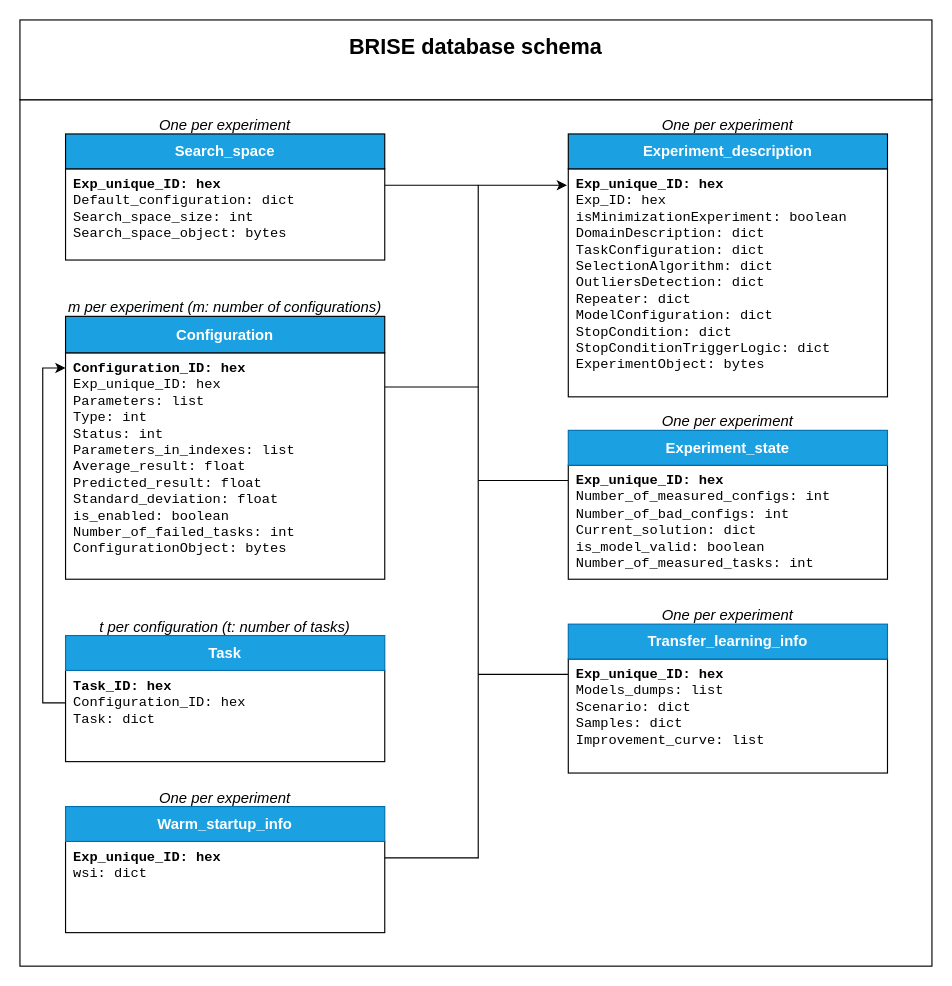
dpukhkaiev/BRISE2 keeps this draw.io diagram as mongo_db/img/BRISE_DB_schema.drawio. Above is the earlier version. Source tidied: cells renumbered, new cells numbered last; positions are measured from the earlier drawing's top-left corner, leaving out a move shared by most shapes. Both pictures are drawn from the tidied source at 114%, with x=0, y=0 at pixel (19, 19).
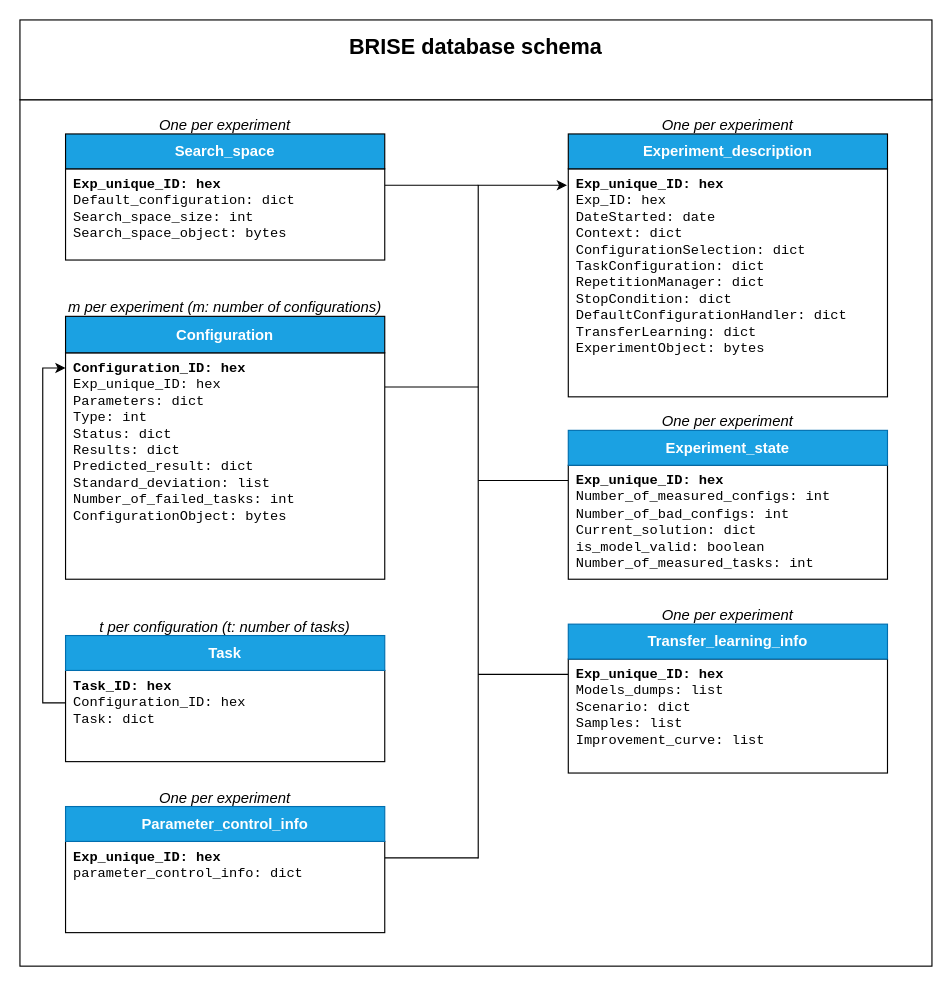
Above is the later version.

Unchanged cells that the change refers to:
```xml
<mxCell id="15" style="group;" parent="1" vertex="1">
  <mxGeometry x="481" y="80" width="280" height="250.6" as="geometry" />
</mxCell>
<mxCell id="19" style="group;" parent="1" vertex="1">
  <mxGeometry x="40" y="240" width="280" height="250.6" as="geometry" />
</mxCell>
<mxCell id="31" style="group;" parent="1" vertex="1">
  <mxGeometry x="481" y="510" width="280" height="150.6" as="geometry" />
</mxCell>
<mxCell id="35" style="group;" parent="1" vertex="1">
  <mxGeometry x="40" y="670" width="280" height="130.6" as="geometry" />
</mxCell>
```

Diff of the diagram source:
```diff
@@
-    <mxCell id="17" value="&lt;b&gt;Exp_unique_ID: hex&lt;/b&gt;&lt;br&gt;&lt;div&gt;Exp_ID: hex&lt;/div&gt;&lt;div&gt;isMinimizationExperiment: boolean&lt;/div&gt;&lt;div&gt;DomainDescription: dict&lt;/div&gt;&lt;div&gt;TaskConfiguration: dict&lt;/div&gt;&lt;div&gt;SelectionAlgorithm: dict&lt;/div&gt;&lt;div&gt;OutliersDetection: dict&lt;/div&gt;&lt;div&gt;Repeater: dict&lt;/div&gt;&lt;div&gt;ModelConfiguration: dict&lt;/div&gt;&lt;div&gt;StopCondition: dict&lt;/div&gt;&lt;div&gt;StopConditionTriggerLogic: dict&lt;/div&gt;&lt;div&gt;ExperimentObject: bytes&lt;br&gt;&lt;/div&gt;" style="rounded=0;align=left;verticalAlign=top;spacing=2;spacingLeft=5;spacingBottom=0;glass=0;shadow=0;sketch=0;fontFamily=Courier New;fontSize=12;labelBackgroundColor=none;whiteSpace=wrap;html=1;" parent="15" vertex="1">
+    <mxCell id="17" value="&lt;b&gt;Exp_unique_ID: hex&lt;/b&gt;&lt;br&gt;&lt;div&gt;Exp_ID: hex&lt;/div&gt;&lt;div&gt;DateStarted: date&lt;/div&gt;&lt;div&gt;Context: dict&lt;/div&gt;&lt;div&gt;ConfigurationSelection: dict&lt;/div&gt;&lt;div&gt;TaskConfiguration: dict&lt;/div&gt;&lt;div&gt;RepetitionManager: dict&lt;/div&gt;&lt;div&gt;StopCondition: dict&lt;br&gt;&lt;/div&gt;&lt;div&gt;DefaultConfigurationHandler: dict&lt;/div&gt;&lt;div&gt;TransferLearning: dict&lt;/div&gt;&lt;div&gt;ExperimentObject: bytes&lt;br&gt;&lt;/div&gt;" style="rounded=0;align=left;verticalAlign=top;spacing=2;spacingLeft=5;spacingBottom=0;glass=0;shadow=0;sketch=0;fontFamily=Courier New;fontSize=12;labelBackgroundColor=none;whiteSpace=wrap;html=1;" parent="15" vertex="1">
       <mxGeometry y="50.6" width="280" height="200" as="geometry" />
     </mxCell>
@@
-    <mxCell id="21" value="&lt;b&gt;Configuration_ID: hex&lt;/b&gt;&lt;br&gt;&lt;div&gt;Exp_unique_ID: hex&lt;/div&gt;&lt;div&gt;Parameters: list&lt;/div&gt;&lt;div&gt;Type: int&lt;/div&gt;&lt;div&gt;Status: int&lt;/div&gt;&lt;div&gt;Parameters_in_indexes: list&lt;/div&gt;&lt;div&gt;Average_result: float&lt;/div&gt;&lt;div&gt;Predicted_result: float&lt;/div&gt;&lt;div&gt;Standard_deviation: float&lt;/div&gt;&lt;div&gt;is_enabled: boolean&lt;/div&gt;&lt;div&gt;Number_of_failed_tasks: int&lt;/div&gt;&lt;div&gt;ConfigurationObject: bytes&lt;br&gt;&lt;/div&gt;" style="rounded=0;align=left;verticalAlign=top;spacing=2;spacingLeft=5;spacingBottom=0;glass=0;shadow=0;sketch=0;fontFamily=Courier New;fontSize=12;labelBackgroundColor=none;whiteSpace=wrap;html=1;" parent="19" vertex="1">
+    <mxCell id="21" value="&lt;b&gt;Configuration_ID: hex&lt;/b&gt;&lt;br&gt;&lt;div&gt;Exp_unique_ID: hex&lt;/div&gt;&lt;div&gt;Parameters: dict&lt;/div&gt;&lt;div&gt;Type: int&lt;/div&gt;&lt;div&gt;Status: dict&lt;/div&gt;&lt;div&gt;Results: dict&lt;br&gt;&lt;/div&gt;&lt;div&gt;Predicted_result: dict&lt;/div&gt;&lt;div&gt;Standard_deviation: list&lt;/div&gt;&lt;div&gt;Number_of_failed_tasks: int&lt;br&gt;&lt;/div&gt;&lt;div&gt;ConfigurationObject: bytes&lt;br&gt;&lt;/div&gt;" style="rounded=0;align=left;verticalAlign=top;spacing=2;spacingLeft=5;spacingBottom=0;glass=0;shadow=0;sketch=0;fontFamily=Courier New;fontSize=12;labelBackgroundColor=none;whiteSpace=wrap;html=1;" parent="19" vertex="1">
       <mxGeometry y="52" width="280" height="198.6" as="geometry" />
     </mxCell>
@@
-    <mxCell id="33" value="&lt;b&gt;Exp_unique_ID: hex&lt;/b&gt;&lt;br&gt;&lt;div&gt;Models_dumps: list&lt;/div&gt;&lt;div&gt;Scenario: dict&lt;/div&gt;&lt;div&gt;Samples: dict&lt;/div&gt;&lt;div&gt;Improvement_curve: list&lt;br&gt;&lt;/div&gt;" style="rounded=0;align=left;verticalAlign=top;spacing=2;spacingLeft=5;spacingBottom=0;glass=0;shadow=0;sketch=0;fontFamily=Courier New;fontSize=12;labelBackgroundColor=none;whiteSpace=wrap;html=1;" parent="31" vertex="1">
+    <mxCell id="33" value="&lt;b&gt;Exp_unique_ID: hex&lt;/b&gt;&lt;br&gt;&lt;div&gt;Models_dumps: list&lt;/div&gt;&lt;div&gt;Scenario: dict&lt;/div&gt;&lt;div&gt;Samples: list&lt;/div&gt;&lt;div&gt;Improvement_curve: list&lt;br&gt;&lt;/div&gt;" style="rounded=0;align=left;verticalAlign=top;spacing=2;spacingLeft=5;spacingBottom=0;glass=0;shadow=0;sketch=0;fontFamily=Courier New;fontSize=12;labelBackgroundColor=none;whiteSpace=wrap;html=1;" parent="31" vertex="1">
       <mxGeometry y="50.6" width="280" height="100" as="geometry" />
     </mxCell>
@@
-    <mxCell id="37" value="&lt;div&gt;&lt;b&gt;Exp_unique_ID: hex&lt;br&gt;&lt;/b&gt;&lt;/div&gt;&lt;div&gt;wsi: dict&lt;br&gt;&lt;/div&gt;" style="rounded=0;align=left;verticalAlign=top;spacing=2;spacingLeft=5;spacingBottom=0;glass=0;shadow=0;sketch=0;fontFamily=Courier New;fontSize=12;labelBackgroundColor=none;whiteSpace=wrap;html=1;" parent="35" vertex="1">
+    <mxCell id="37" value="&lt;div&gt;&lt;b&gt;Exp_unique_ID: hex&lt;br&gt;&lt;/b&gt;&lt;/div&gt;&lt;div&gt;parameter_control_info: dict&lt;br&gt;&lt;/div&gt;" style="rounded=0;align=left;verticalAlign=top;spacing=2;spacingLeft=5;spacingBottom=0;glass=0;shadow=0;sketch=0;fontFamily=Courier New;fontSize=12;labelBackgroundColor=none;whiteSpace=wrap;html=1;" parent="35" vertex="1">
       <mxGeometry y="50.6" width="280" height="80" as="geometry" />
     </mxCell>
-    <mxCell id="38" value="Warm_startup_info" style="rounded=0;whiteSpace=wrap;html=1;fillColor=#1ba1e2;strokeColor=#006EAF;sketch=0;fontStyle=1;fontColor=#ffffff;fontSize=13;" parent="35" vertex="1">
+    <mxCell id="38" value="Parameter_control_info" style="rounded=0;whiteSpace=wrap;html=1;fillColor=#1ba1e2;strokeColor=#006EAF;sketch=0;fontStyle=1;fontColor=#ffffff;fontSize=13;" parent="35" vertex="1">
       <mxGeometry y="20" width="280" height="30.6" as="geometry" />
     </mxCell>
```
